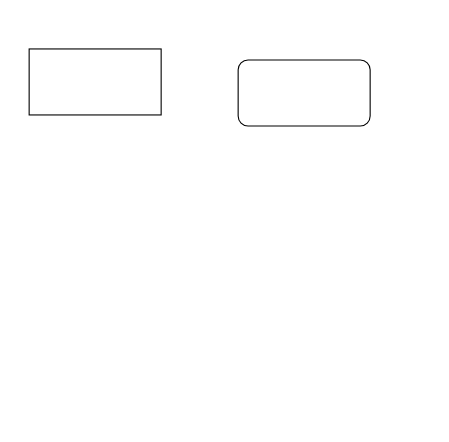
Above: 未命名绘图.drawio in yujundrr/YU (draw.io), before the change. Source tidied: cells renumbered, new cells numbered last; positions are measured from the earlier drawing's top-left corner, leaving out a move shared by most shapes. Both pictures are drawn from the tidied source at 110%, with x=0, y=0 at pixel (29, 48).
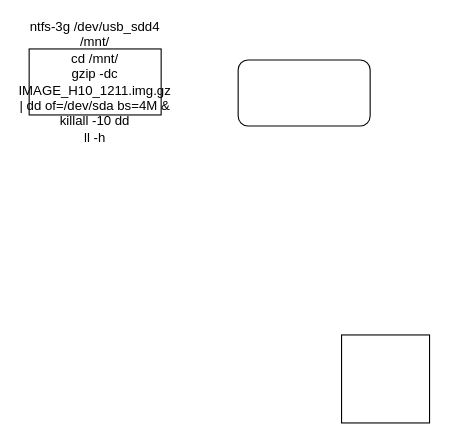
The same page after the edit.

Commit message:
更新未命名绘图.drawio

What changed in the source:
```diff
@@
 <mxGraphModel>
   <root>
     <mxCell id="0" />
     <mxCell id="1" parent="0" />
-    <mxCell id="2" style="rounded=0;whiteSpace=wrap;html=1;" parent="1" vertex="1">
+    <mxCell id="2" value="&lt;div&gt;ntfs-3g /dev/usb_sdd4 /mnt/&lt;/div&gt;&lt;div&gt;cd /mnt/&lt;/div&gt;&lt;div&gt;gzip -dc IMAGE_H10_1211.img.gz | dd of=/dev/sda bs=4M &amp;amp;&lt;/div&gt;&lt;div&gt;killall -10 dd&lt;/div&gt;&lt;div&gt;ll -h&lt;/div&gt;" style="rounded=0;whiteSpace=wrap;html=1;" parent="1" vertex="1">
       <mxGeometry width="120" height="60" as="geometry" />
     </mxCell>
     <mxCell id="3" style="rounded=1;whiteSpace=wrap;html=1;" parent="1" vertex="1">
       <mxGeometry x="190" y="10" width="120" height="60" as="geometry" />
     </mxCell>
+    <mxCell id="4" style="whiteSpace=wrap;html=1;" parent="1" vertex="1">
+      <mxGeometry x="284" y="260" width="80" height="80" as="geometry" />
+    </mxCell>
   </root>
 </mxGraphModel>
```
